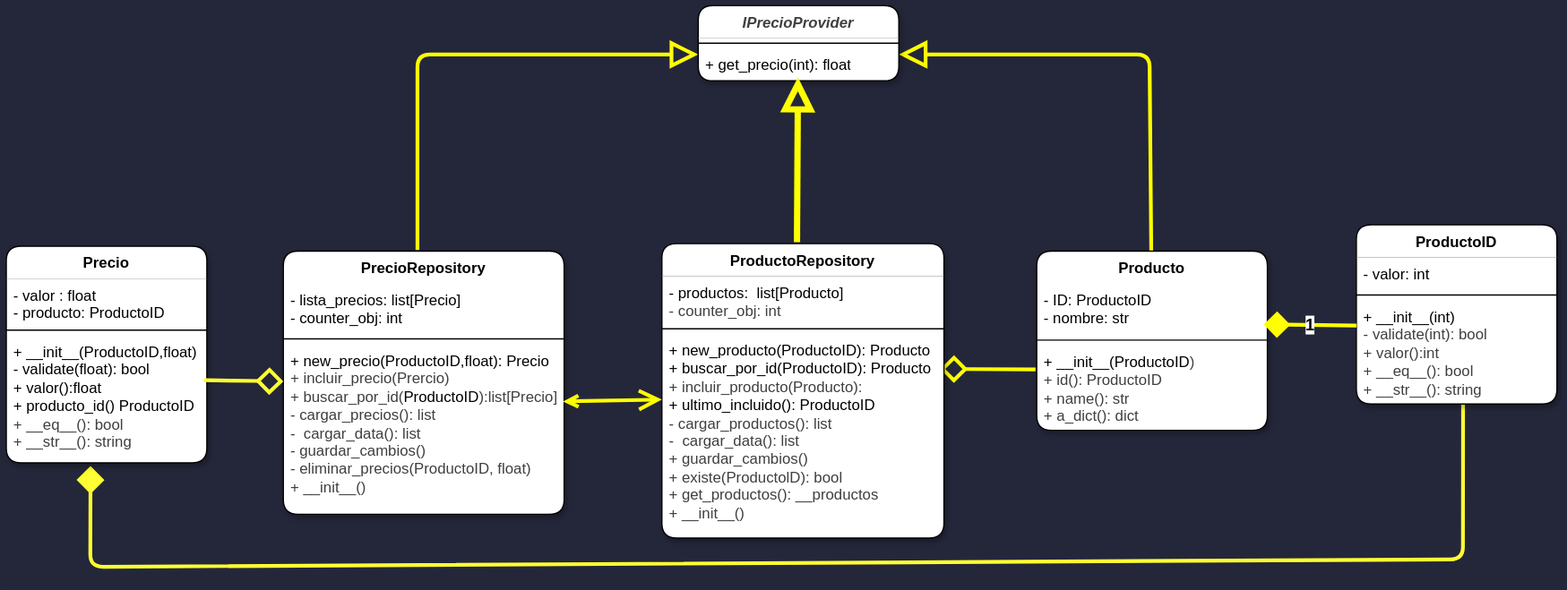
Above: Docs/DiagramaSubSistema.svg in shinovi9/Subsistema-Precio (draw.io), before the change. Source tidied: cells renumbered, new cells last; positions are measured from the earlier drawing's top-left corner, leaving out a move shared by most shapes.
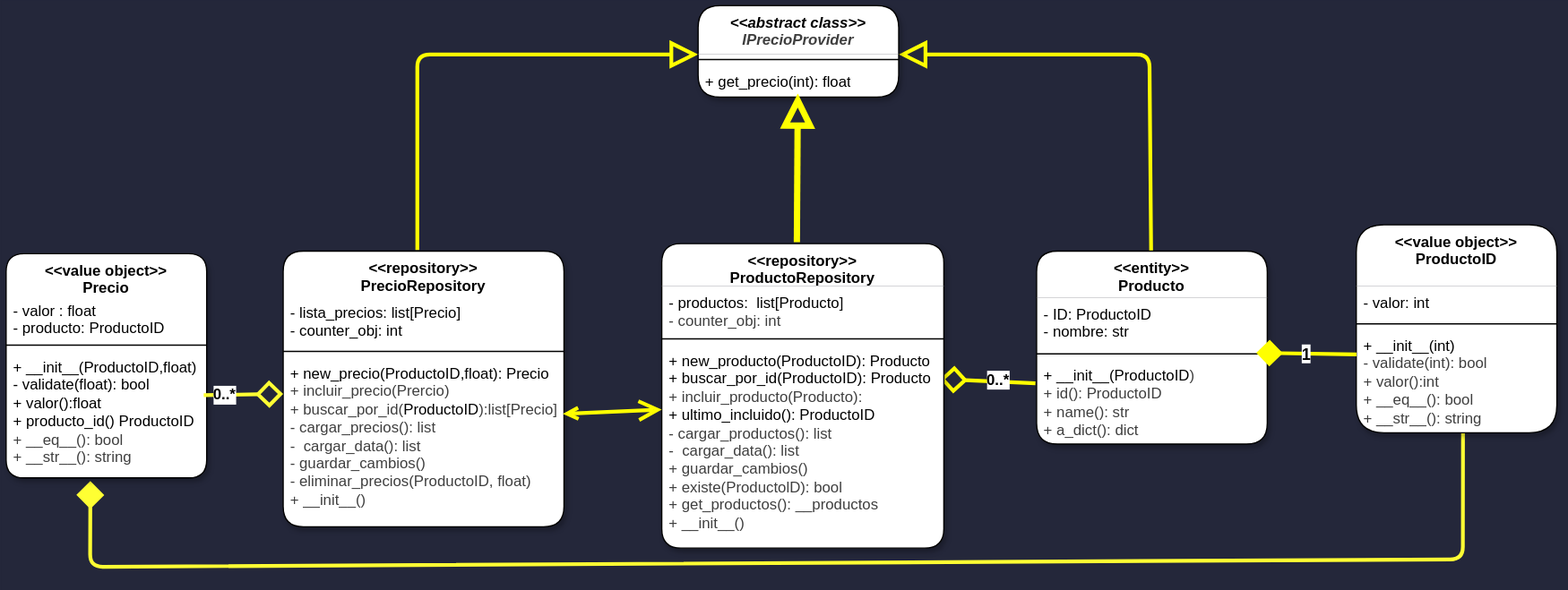
The same diagram one commit later.

Commit message:
Refactorizacion de ProductoRepository y de PrecioRepository, Re Organización de los modulos

What changed in the source:
```diff
@@ -5,6 +5,11 @@
     <mxCell id="2" style="edgeStyle=none;html=1;entryX=0.986;entryY=0.172;entryDx=0;entryDy=0;entryPerimeter=0;strokeWidth=3;strokeColor=#FFFF00;endArrow=diamond;endFill=0;endSize=15;exitX=-0.005;exitY=0.286;exitDx=0;exitDy=0;exitPerimeter=0;rounded=1;" parent="1" edge="1" source="7" target="16">
       <mxGeometry relative="1" as="geometry" />
     </mxCell>
+    <mxCell id="33" value="&lt;font style=&quot;font-size: 12px;&quot;&gt;&lt;b&gt;0..*&lt;/b&gt;&lt;/font&gt;" style="edgeLabel;html=1;align=center;verticalAlign=middle;" parent="2" vertex="1">
+      <mxGeometry x="-0.15" y="-2" relative="1" as="geometry">
+        <mxPoint x="1" as="offset" />
+      </mxGeometry>
+    </mxCell>
     <mxCell id="3" style="edgeStyle=none;html=1;entryX=1;entryY=0.5;entryDx=0;entryDy=0;strokeWidth=3;strokeColor=#FFFF00;endArrow=block;endFill=0;endSize=15;rounded=1;" parent="1" edge="1" source="4">
       <mxGeometry relative="1" as="geometry">
         <mxPoint x="712" y="39" as="targetPoint" />
@@ -13,17 +18,17 @@
         </Array>
       </mxGeometry>
     </mxCell>
-    <mxCell id="4" value="Producto" style="swimlane;fontStyle=1;align=center;verticalAlign=top;horizontal=1;startSize=26;whiteSpace=wrap;html=1;swimlaneFillColor=default;gradientColor=none;fillStyle=auto;strokeWidth=1;rounded=1;glass=0;swimlaneLine=0;shadow=1;" parent="1" vertex="1">
-      <mxGeometry x="822" y="196" width="184" height="143" as="geometry" />
+    <mxCell id="4" value="&amp;lt;&amp;lt;entity&amp;gt;&amp;gt;&lt;div&gt;Producto&lt;/div&gt;" style="swimlane;fontStyle=1;align=center;verticalAlign=top;horizontal=1;startSize=37;whiteSpace=wrap;html=1;swimlaneFillColor=default;gradientColor=none;fillStyle=auto;strokeWidth=1;rounded=1;glass=0;swimlaneLine=0;shadow=1;" parent="1" vertex="1">
+      <mxGeometry x="822" y="196" width="184" height="154" as="geometry" />
     </mxCell>
     <mxCell id="5" value="- ID: ProductoID&lt;div&gt;- nombre: str&lt;/div&gt;" style="text;strokeColor=none;fillColor=none;align=left;verticalAlign=top;spacingLeft=4;spacingRight=4;overflow=hidden;points=[[0,0.5],[1,0.5]];portConstraint=eastwest;whiteSpace=wrap;html=1;rounded=1;" parent="4" vertex="1">
-      <mxGeometry y="26" width="184" height="41" as="geometry" />
+      <mxGeometry y="37" width="184" height="41" as="geometry" />
     </mxCell>
     <mxCell id="6" style="line;strokeWidth=1;fillColor=none;align=left;verticalAlign=middle;spacingTop=-1;spacingLeft=3;spacingRight=3;labelPosition=right;points=[];portConstraint=eastwest;strokeColor=inherit;rounded=1;" parent="4" vertex="1">
-      <mxGeometry y="67" width="184" height="8" as="geometry" />
+      <mxGeometry y="78" width="184" height="8" as="geometry" />
     </mxCell>
     <mxCell id="7" value="&lt;span style=&quot;scrollbar-color: rgb(226, 226, 226) rgb(251, 251, 251); color: rgb(0, 0, 0);&quot;&gt;+ __init__(ProductoID&lt;/span&gt;&lt;span style=&quot;color: rgb(63, 63, 63); scrollbar-color: rgb(226, 226, 226) rgb(251, 251, 251); background-color: transparent;&quot;&gt;)&lt;/span&gt;&lt;div&gt;&lt;span style=&quot;color: rgb(63, 63, 63); scrollbar-color: rgb(226, 226, 226) rgb(251, 251, 251); background-color: transparent;&quot;&gt;+ id(): ProductoID&lt;/span&gt;&lt;/div&gt;&lt;div&gt;&lt;span style=&quot;color: rgb(63, 63, 63); scrollbar-color: rgb(226, 226, 226) rgb(251, 251, 251); background-color: transparent;&quot;&gt;+ name(): str&lt;/span&gt;&lt;/div&gt;&lt;div&gt;&lt;span style=&quot;color: rgb(63, 63, 63); scrollbar-color: rgb(226, 226, 226) rgb(251, 251, 251); background-color: transparent;&quot;&gt;+ a_dict(): dict&lt;/span&gt;&lt;/div&gt;" style="text;strokeColor=none;fillColor=none;align=left;verticalAlign=top;spacingLeft=4;spacingRight=4;overflow=hidden;points=[[0,0.5],[1,0.5]];portConstraint=eastwest;whiteSpace=wrap;html=1;rounded=1;" parent="4" vertex="1">
-      <mxGeometry y="75" width="184" height="68" as="geometry" />
+      <mxGeometry y="86" width="184" height="68" as="geometry" />
     </mxCell>
     <mxCell id="8" style="edgeStyle=none;html=1;entryX=0;entryY=0.5;entryDx=0;entryDy=0;strokeWidth=3;strokeColor=#FFFF00;endArrow=block;endFill=0;endSize=15;rounded=1;" parent="1" edge="1">
       <mxGeometry relative="1" as="geometry">
@@ -34,41 +39,41 @@
         </Array>
       </mxGeometry>
     </mxCell>
-    <mxCell id="9" value="&lt;span style=&quot;color: rgb(0, 0, 0);&quot;&gt;PrecioRepository&lt;/span&gt;" style="swimlane;fontStyle=1;align=center;verticalAlign=top;horizontal=1;startSize=26;whiteSpace=wrap;html=1;swimlaneFillColor=default;gradientColor=none;fillStyle=auto;strokeWidth=1;rounded=1;glass=0;swimlaneLine=0;shadow=1;" parent="1" vertex="1">
-      <mxGeometry x="221" y="196" width="224" height="210" as="geometry" />
+    <mxCell id="9" value="&lt;span style=&quot;color: rgb(0, 0, 0);&quot;&gt;&amp;lt;&amp;lt;repository&amp;gt;&amp;gt;&lt;/span&gt;&lt;div&gt;&lt;span style=&quot;color: rgb(0, 0, 0);&quot;&gt;PrecioRepository&lt;/span&gt;&lt;/div&gt;" style="swimlane;fontStyle=1;align=center;verticalAlign=top;horizontal=1;startSize=36;whiteSpace=wrap;html=1;swimlaneFillColor=default;gradientColor=none;fillStyle=auto;strokeWidth=1;rounded=1;glass=0;swimlaneLine=0;shadow=1;" parent="1" vertex="1">
+      <mxGeometry x="221" y="196" width="224" height="220" as="geometry" />
     </mxCell>
     <mxCell id="10" value="- lista_precios: list[Precio]&lt;div&gt;- counter_obj: int&lt;/div&gt;" style="text;strokeColor=none;fillColor=none;align=left;verticalAlign=top;spacingLeft=4;spacingRight=4;overflow=hidden;whiteSpace=wrap;html=1;rounded=1;" parent="9" vertex="1">
-      <mxGeometry y="26" width="224" height="40" as="geometry" />
+      <mxGeometry y="36" width="224" height="40" as="geometry" />
     </mxCell>
     <mxCell id="11" style="line;strokeWidth=1;fillColor=none;align=left;verticalAlign=middle;spacingTop=-1;spacingLeft=3;spacingRight=3;labelPosition=right;strokeColor=inherit;rounded=1;" parent="9" vertex="1">
-      <mxGeometry y="66" width="224" height="8" as="geometry" />
+      <mxGeometry y="76" width="224" height="8" as="geometry" />
     </mxCell>
     <mxCell id="12" value="&lt;span style=&quot;color: rgb(0, 0, 0);&quot;&gt;+ new_precio(ProductoID,float): Precio&lt;/span&gt;&lt;div style=&quot;color: rgb(63, 63, 63); scrollbar-color: rgb(226, 226, 226) rgb(251, 251, 251);&quot;&gt;+ incluir_precio(Prercio)&lt;/div&gt;&lt;div style=&quot;color: rgb(63, 63, 63); scrollbar-color: rgb(226, 226, 226) rgb(251, 251, 251);&quot;&gt;+ buscar_por_id(&lt;span style=&quot;scrollbar-color: rgb(226, 226, 226) rgb(251, 251, 251); color: rgb(0, 0, 0);&quot;&gt;ProductoID&lt;/span&gt;):list[Precio]&lt;/div&gt;&lt;div style=&quot;color: rgb(63, 63, 63); scrollbar-color: rgb(226, 226, 226) rgb(251, 251, 251);&quot;&gt;&lt;div style=&quot;scrollbar-color: rgb(226, 226, 226) rgb(251, 251, 251); color: rgb(63, 63, 63);&quot;&gt;- cargar_precios(): list&lt;/div&gt;&lt;div style=&quot;scrollbar-color: rgb(226, 226, 226) rgb(251, 251, 251); color: rgb(63, 63, 63);&quot;&gt;&lt;span style=&quot;color: rgb(63, 63, 63);&quot;&gt;-&amp;nbsp; cargar_data(): list&lt;/span&gt;&lt;/div&gt;&lt;div style=&quot;scrollbar-color: rgb(226, 226, 226) rgb(251, 251, 251); color: rgb(63, 63, 63);&quot;&gt;- guardar_cambios()&lt;/div&gt;&lt;div style=&quot;scrollbar-color: rgb(226, 226, 226) rgb(251, 251, 251); color: rgb(63, 63, 63);&quot;&gt;- eliminar_precios(ProductoID, float)&lt;/div&gt;&lt;div style=&quot;scrollbar-color: rgb(226, 226, 226) rgb(251, 251, 251); color: rgb(63, 63, 63);&quot;&gt;+ __init__()&lt;/div&gt;&lt;/div&gt;" style="text;strokeColor=none;fillColor=none;align=left;verticalAlign=top;spacingLeft=4;spacingRight=4;overflow=hidden;points=[[0,0.5],[1,0.5]];portConstraint=eastwest;whiteSpace=wrap;html=1;rounded=1;" parent="9" vertex="1">
-      <mxGeometry y="74" width="224" height="136" as="geometry" />
+      <mxGeometry y="84" width="224" height="136" as="geometry" />
     </mxCell>
-    <mxCell id="13" value="ProductoRepository" style="swimlane;fontStyle=1;align=center;verticalAlign=top;horizontal=1;startSize=26;whiteSpace=wrap;html=1;swimlaneFillColor=default;gradientColor=none;fillStyle=auto;strokeWidth=1;rounded=1;glass=0;swimlaneLine=0;shadow=1;" parent="1" vertex="1">
-      <mxGeometry x="523" y="190" width="225" height="235" as="geometry" />
+    <mxCell id="13" value="&amp;lt;&amp;lt;repository&amp;gt;&amp;gt;&lt;div&gt;ProductoRepository&lt;/div&gt;" style="swimlane;fontStyle=1;align=center;verticalAlign=top;horizontal=1;startSize=34;whiteSpace=wrap;html=1;swimlaneFillColor=default;gradientColor=none;fillStyle=auto;strokeWidth=1;rounded=1;glass=0;swimlaneLine=0;shadow=1;" parent="1" vertex="1">
+      <mxGeometry x="523" y="190" width="225" height="243" as="geometry" />
     </mxCell>
     <mxCell id="14" value="- productos:&amp;nbsp; list[Producto]&lt;div&gt;&lt;span style=&quot;color: rgb(63, 63, 63);&quot;&gt;- counter_obj: int&lt;/span&gt;&lt;/div&gt;" style="text;strokeColor=none;fillColor=none;align=left;verticalAlign=top;spacingLeft=4;spacingRight=4;overflow=hidden;whiteSpace=wrap;html=1;rounded=1;" parent="13" vertex="1">
-      <mxGeometry y="26" width="225" height="38" as="geometry" />
+      <mxGeometry y="34" width="225" height="38" as="geometry" />
     </mxCell>
     <mxCell id="15" style="line;strokeWidth=1;fillColor=none;align=left;verticalAlign=middle;spacingTop=-1;spacingLeft=3;spacingRight=3;labelPosition=right;strokeColor=inherit;rounded=1;" parent="13" vertex="1">
-      <mxGeometry y="64" width="225" height="8" as="geometry" />
+      <mxGeometry y="72" width="225" height="8" as="geometry" />
     </mxCell>
     <mxCell id="16" value="&lt;font style=&quot;scrollbar-color: rgb(226, 226, 226) rgb(251, 251, 251); color: rgb(0, 0, 0);&quot;&gt;+ new_producto(ProductoID): Producto&lt;/font&gt;&lt;div style=&quot;scrollbar-color: rgb(226, 226, 226) rgb(251, 251, 251); color: rgb(63, 63, 63);&quot;&gt;&lt;font style=&quot;scrollbar-color: rgb(226, 226, 226) rgb(251, 251, 251); color: rgb(0, 0, 0);&quot;&gt;+ buscar_por_id(ProductoID): Producto&lt;/font&gt;&lt;/div&gt;&lt;div style=&quot;scrollbar-color: rgb(226, 226, 226) rgb(251, 251, 251); color: rgb(63, 63, 63);&quot;&gt;+ incluir_producto(Producto):&lt;/div&gt;&lt;div style=&quot;scrollbar-color: rgb(226, 226, 226) rgb(251, 251, 251); color: rgb(63, 63, 63);&quot;&gt;&lt;font style=&quot;scrollbar-color: rgb(226, 226, 226) rgb(251, 251, 251); color: rgb(0, 0, 0);&quot;&gt;+ ultimo_incluido(): ProductoID&lt;/font&gt;&lt;/div&gt;&lt;div style=&quot;scrollbar-color: rgb(226, 226, 226) rgb(251, 251, 251); color: rgb(63, 63, 63);&quot;&gt;- cargar_productos(): list&lt;/div&gt;&lt;div style=&quot;scrollbar-color: rgb(226, 226, 226) rgb(251, 251, 251); color: rgb(63, 63, 63);&quot;&gt;&lt;span style=&quot;color: rgb(63, 63, 63);&quot;&gt;-&amp;nbsp; cargar_data(): list&lt;/span&gt;&lt;/div&gt;&lt;div style=&quot;scrollbar-color: rgb(226, 226, 226) rgb(251, 251, 251); color: rgb(63, 63, 63);&quot;&gt;+ guardar_cambios()&lt;/div&gt;&lt;div style=&quot;scrollbar-color: rgb(226, 226, 226) rgb(251, 251, 251); color: rgb(63, 63, 63);&quot;&gt;+ existe(ProductolD): bool&lt;/div&gt;&lt;div style=&quot;scrollbar-color: rgb(226, 226, 226) rgb(251, 251, 251); color: rgb(63, 63, 63);&quot;&gt;+ get_productos(): __productos&lt;/div&gt;&lt;div style=&quot;scrollbar-color: rgb(226, 226, 226) rgb(251, 251, 251); color: rgb(63, 63, 63);&quot;&gt;+ __init__()&lt;/div&gt;" style="text;strokeColor=none;fillColor=none;align=left;verticalAlign=top;spacingLeft=4;spacingRight=4;overflow=hidden;points=[[0,0.5],[1,0.5]];portConstraint=eastwest;whiteSpace=wrap;html=1;rounded=1;" parent="13" vertex="1">
-      <mxGeometry y="72" width="225" height="163" as="geometry" />
+      <mxGeometry y="80" width="225" height="163" as="geometry" />
     </mxCell>
     <mxCell id="17" style="edgeStyle=none;html=1;exitX=0.996;exitY=0.338;exitDx=0;exitDy=0;startArrow=open;startFill=0;strokeColor=#FFFF00;strokeWidth=3;endArrow=open;endFill=0;exitPerimeter=0;rounded=1;endSize=12;entryX=0;entryY=0.322;entryDx=0;entryDy=0;entryPerimeter=0;" parent="1" edge="1" source="12" target="16">
       <mxGeometry relative="1" as="geometry" />
     </mxCell>
-    <mxCell id="18" value="&lt;i style=&quot;color: rgb(63, 63, 63); scrollbar-color: rgb(226, 226, 226) rgb(251, 251, 251);&quot;&gt;IPrecioProvider&lt;/i&gt;" style="swimlane;fontStyle=1;align=center;verticalAlign=top;horizontal=1;startSize=26;whiteSpace=wrap;html=1;swimlaneFillColor=default;gradientColor=none;fillStyle=auto;strokeWidth=1;rounded=1;glass=0;swimlaneLine=0;shadow=1;" parent="1" vertex="1">
-      <mxGeometry x="552" width="160" height="60" as="geometry" />
+    <mxCell id="18" value="&lt;div&gt;&lt;i style=&quot;scrollbar-color: rgb(226, 226, 226) rgb(251, 251, 251);&quot;&gt;&lt;font style=&quot;color: rgb(0, 0, 0);&quot;&gt;&amp;lt;&amp;lt;abstract class&amp;gt;&amp;gt;&lt;/font&gt;&lt;/i&gt;&lt;/div&gt;&lt;i style=&quot;color: rgb(63, 63, 63); scrollbar-color: rgb(226, 226, 226) rgb(251, 251, 251);&quot;&gt;IPrecioProvider&lt;/i&gt;" style="swimlane;fontStyle=1;align=center;verticalAlign=top;horizontal=1;startSize=39;whiteSpace=wrap;html=1;swimlaneFillColor=default;gradientColor=none;fillStyle=auto;strokeWidth=1;rounded=1;glass=0;swimlaneLine=0;shadow=1;" parent="1" vertex="1">
+      <mxGeometry x="552" width="160" height="73" as="geometry" />
     </mxCell>
     <mxCell id="19" style="line;strokeWidth=1;fillColor=none;align=left;verticalAlign=middle;spacingTop=-1;spacingLeft=3;spacingRight=3;labelPosition=right;strokeColor=inherit;rounded=1;" parent="18" vertex="1">
-      <mxGeometry y="26" width="160" height="8" as="geometry" />
+      <mxGeometry y="39" width="160" height="8" as="geometry" />
     </mxCell>
     <mxCell id="20" value="+ get_precio(int): float" style="text;strokeColor=none;fillColor=none;align=left;verticalAlign=top;spacingLeft=4;spacingRight=4;overflow=hidden;points=[[0,0.5],[1,0.5]];portConstraint=eastwest;whiteSpace=wrap;html=1;rounded=1;" parent="18" vertex="1">
-      <mxGeometry y="34" width="160" height="26" as="geometry" />
+      <mxGeometry y="47" width="160" height="26" as="geometry" />
     </mxCell>
     <mxCell id="21" style="edgeStyle=none;html=1;entryX=0.497;entryY=0.891;entryDx=0;entryDy=0;entryPerimeter=0;exitX=0.479;exitY=-0.005;exitDx=0;exitDy=0;strokeWidth=5;strokeColor=#FFFF00;endArrow=block;endFill=0;endSize=15;exitPerimeter=0;rounded=1;" parent="1" edge="1" source="13" target="20">
       <mxGeometry relative="1" as="geometry" />
@@ -81,35 +86,38 @@
         </Array>
       </mxGeometry>
     </mxCell>
-    <mxCell id="23" value="ProductoID" style="swimlane;fontStyle=1;align=center;verticalAlign=top;horizontal=1;startSize=26;whiteSpace=wrap;html=1;swimlaneFillColor=default;gradientColor=none;fillStyle=auto;strokeWidth=1;rounded=1;glass=0;swimlaneLine=0;shadow=1;" parent="1" vertex="1">
-      <mxGeometry x="1077" y="175" width="160" height="143" as="geometry" />
+    <mxCell id="23" value="&amp;lt;&amp;lt;value object&amp;gt;&amp;gt;&lt;div&gt;ProductoID&lt;/div&gt;" style="swimlane;fontStyle=1;align=center;verticalAlign=top;horizontal=1;startSize=49;whiteSpace=wrap;html=1;swimlaneFillColor=default;gradientColor=none;fillStyle=auto;strokeWidth=1;rounded=1;glass=0;swimlaneLine=0;shadow=1;rotation=0;" parent="1" vertex="1">
+      <mxGeometry x="1077" y="175" width="160" height="166" as="geometry" />
     </mxCell>
     <mxCell id="24" value="- valor: int" style="text;strokeColor=none;fillColor=none;align=left;verticalAlign=top;spacingLeft=4;spacingRight=4;overflow=hidden;whiteSpace=wrap;html=1;rounded=1;" parent="23" vertex="1">
-      <mxGeometry y="26" width="160" height="26" as="geometry" />
+      <mxGeometry y="49" width="160" height="26" as="geometry" />
     </mxCell>
     <mxCell id="25" style="line;strokeWidth=1;fillColor=none;align=left;verticalAlign=middle;spacingTop=-1;spacingLeft=3;spacingRight=3;labelPosition=right;strokeColor=inherit;rounded=1;" parent="23" vertex="1">
-      <mxGeometry y="52" width="160" height="8" as="geometry" />
+      <mxGeometry y="75" width="160" height="8" as="geometry" />
     </mxCell>
     <mxCell id="26" value="+ __init__(int)&lt;div&gt;&lt;span style=&quot;color: rgb(63, 63, 63); scrollbar-color: rgb(226, 226, 226) rgb(251, 251, 251); background-color: transparent;&quot;&gt;-&amp;nbsp;&lt;/span&gt;&lt;span style=&quot;color: rgb(63, 63, 63); scrollbar-color: rgb(226, 226, 226) rgb(251, 251, 251); background-color: transparent;&quot;&gt;validate(int): bool&lt;/span&gt;&lt;/div&gt;&lt;div&gt;&lt;span style=&quot;color: rgb(63, 63, 63); scrollbar-color: rgb(226, 226, 226) rgb(251, 251, 251); background-color: transparent;&quot;&gt;+ valor():int&lt;/span&gt;&lt;/div&gt;&lt;div&gt;&lt;span style=&quot;color: rgb(63, 63, 63); scrollbar-color: rgb(226, 226, 226) rgb(251, 251, 251); background-color: transparent;&quot;&gt;+ __eq__(): bool&lt;/span&gt;&lt;/div&gt;&lt;div&gt;&lt;span style=&quot;color: rgb(63, 63, 63); scrollbar-color: rgb(226, 226, 226) rgb(251, 251, 251); background-color: transparent;&quot;&gt;&lt;span style=&quot;color: rgb(63, 63, 63);&quot;&gt;+ __str__(): string&lt;/span&gt;&lt;/span&gt;&lt;/div&gt;" style="text;strokeColor=none;fillColor=none;align=left;verticalAlign=top;spacingLeft=4;spacingRight=4;overflow=hidden;points=[[0,0.5],[1,0.5]];portConstraint=eastwest;whiteSpace=wrap;html=1;rounded=1;" parent="23" vertex="1">
-      <mxGeometry y="60" width="160" height="83" as="geometry" />
+      <mxGeometry y="83" width="160" height="83" as="geometry" />
     </mxCell>
-    <mxCell id="27" value="&lt;font style=&quot;font-size: 13px;&quot;&gt;&lt;b style=&quot;&quot;&gt;1&lt;/b&gt;&lt;/font&gt;" style="edgeStyle=none;rounded=1;html=1;endArrow=diamond;endFill=1;strokeWidth=3;strokeColor=#FFFF00;endSize=14;entryX=0.984;entryY=0.792;entryDx=0;entryDy=0;entryPerimeter=0;exitX=0.001;exitY=0.246;exitDx=0;exitDy=0;exitPerimeter=0;" parent="1" edge="1" source="26" target="5">
+    <mxCell id="27" value="&lt;font style=&quot;font-size: 13px;&quot;&gt;&lt;b style=&quot;&quot;&gt;1&lt;/b&gt;&lt;/font&gt;" style="edgeStyle=none;rounded=1;html=1;endArrow=diamond;endFill=1;strokeWidth=3;strokeColor=#FFFF00;endSize=14;entryX=0.952;entryY=0.396;entryDx=0;entryDy=0;entryPerimeter=0;exitX=0.001;exitY=0.246;exitDx=0;exitDy=0;exitPerimeter=0;" parent="1" edge="1" source="26" target="6">
       <mxGeometry relative="1" as="geometry" />
     </mxCell>
-    <mxCell id="28" value="Precio" style="swimlane;fontStyle=1;align=center;verticalAlign=top;horizontal=1;startSize=26;whiteSpace=wrap;html=1;swimlaneFillColor=default;gradientColor=none;fillStyle=auto;strokeWidth=1;rounded=1;glass=0;swimlaneLine=0;shadow=1;" parent="1" vertex="1">
-      <mxGeometry y="192" width="160" height="173" as="geometry" />
+    <mxCell id="28" value="&amp;lt;&amp;lt;value object&amp;gt;&amp;gt;&lt;div&gt;Precio&lt;/div&gt;" style="swimlane;fontStyle=1;align=center;verticalAlign=top;horizontal=1;startSize=32;whiteSpace=wrap;html=1;swimlaneFillColor=default;gradientColor=none;fillStyle=auto;strokeWidth=1;rounded=1;glass=0;swimlaneLine=0;shadow=1;" parent="1" vertex="1">
+      <mxGeometry y="198" width="160" height="179" as="geometry" />
     </mxCell>
     <mxCell id="29" value="- valor : float&lt;div&gt;- producto: ProductoID&lt;/div&gt;" style="text;strokeColor=none;fillColor=none;align=left;verticalAlign=top;spacingLeft=4;spacingRight=4;overflow=hidden;whiteSpace=wrap;html=1;rounded=1;" parent="28" vertex="1">
-      <mxGeometry y="26" width="160" height="37" as="geometry" />
+      <mxGeometry y="32" width="160" height="37" as="geometry" />
     </mxCell>
     <mxCell id="30" style="line;strokeWidth=1;fillColor=none;align=left;verticalAlign=middle;spacingTop=-1;spacingLeft=3;spacingRight=3;labelPosition=right;strokeColor=inherit;rounded=1;" parent="28" vertex="1">
-      <mxGeometry y="63" width="160" height="8" as="geometry" />
+      <mxGeometry y="69" width="160" height="8" as="geometry" />
     </mxCell>
     <mxCell id="31" value="+ __init__(ProductoID,float)&lt;div&gt;&lt;div&gt;- validate(float): bool&lt;/div&gt;&lt;/div&gt;&lt;div&gt;+ valor():float&lt;/div&gt;&lt;div&gt;+ producto_id() ProductoID&lt;/div&gt;&lt;div&gt;&lt;span style=&quot;color: rgb(63, 63, 63);&quot;&gt;+ __eq__(): bool&lt;/span&gt;&lt;/div&gt;&lt;div&gt;&lt;span style=&quot;color: rgb(63, 63, 63);&quot;&gt;&lt;span style=&quot;color: rgb(63, 63, 63);&quot;&gt;+ __str__(): string&lt;/span&gt;&lt;/span&gt;&lt;/div&gt;" style="text;strokeColor=none;fillColor=none;align=left;verticalAlign=top;spacingLeft=4;spacingRight=4;overflow=hidden;points=[[0,0.5],[1,0.5]];portConstraint=eastwest;whiteSpace=wrap;html=1;rounded=1;" parent="28" vertex="1">
-      <mxGeometry y="71" width="160" height="102" as="geometry" />
+      <mxGeometry y="77" width="160" height="102" as="geometry" />
     </mxCell>
     <mxCell id="32" style="edgeStyle=none;html=1;entryX=0;entryY=0.22;entryDx=0;entryDy=0;entryPerimeter=0;exitX=0.985;exitY=0.353;exitDx=0;exitDy=0;exitPerimeter=0;strokeWidth=3;strokeColor=#FFFF33;endArrow=diamond;endFill=0;endSize=15;rounded=1;" parent="1" edge="1" source="31" target="12">
       <mxGeometry relative="1" as="geometry" />
     </mxCell>
+    <mxCell id="34" value="&lt;font style=&quot;font-size: 12px;&quot;&gt;&lt;b&gt;0..*&lt;/b&gt;&lt;/font&gt;" style="edgeLabel;html=1;align=center;verticalAlign=middle;" parent="32" vertex="1">
+      <mxGeometry x="-0.5" y="1" relative="1" as="geometry" />
+    </mxCell>
   </root>
 </mxGraphModel>
```
